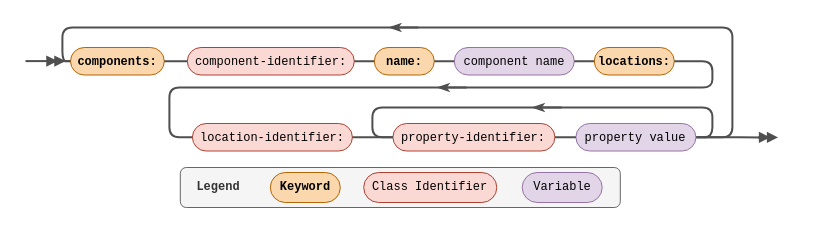
Above: 3. Proyecto/metamodel/Railroad Components.drawio in MrDahaniel/StarDuck (draw.io), before the change. Source tidied: cells renumbered, new cells numbered last; positions are measured from the earlier drawing's top-left corner, leaving out a move shared by most shapes. Both pictures are drawn from the tidied source at 100%, with x=0, y=0 at pixel (25, 17).
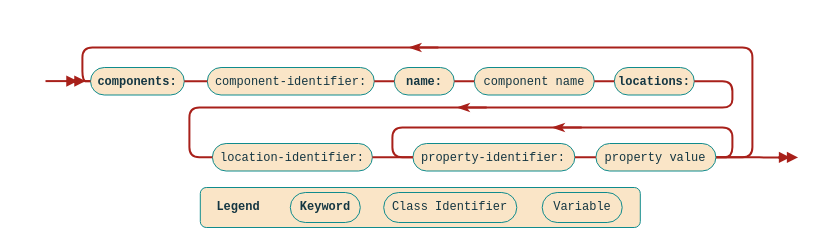
The same page after the edit.

Change to the diagram source:
```diff
@@
-    <mxCell id="2" style="group;" parent="1" vertex="1">
-      <mxGeometry width="755.8" height="190" as="geometry" />
-    </mxCell>
-    <mxCell id="3" style="group;" parent="2" vertex="1">
-      <mxGeometry x="154.8" y="150" width="440" height="40" as="geometry" />
-    </mxCell>
+    <mxCell id="33" style="group;labelBackgroundColor=none;fontColor=#143642;" parent="1" vertex="1">
+      <mxGeometry x="174.8" y="170" width="440" height="40" as="geometry" />
+    </mxCell>
-    <mxCell id="4" value="&lt;b&gt;&amp;nbsp; Legend&lt;/b&gt;" style="text;html=1;align=left;verticalAlign=middle;whiteSpace=wrap;rounded=1;fontFamily=Courier New;perimeterSpacing=6;shadow=0;fillColor=#f5f5f5;fontColor=#333333;strokeColor=#666666;" parent="3" vertex="1">
+    <mxCell id="4" value="&lt;b&gt;&amp;nbsp; Legend&lt;/b&gt;" style="text;html=1;align=left;verticalAlign=middle;whiteSpace=wrap;rounded=1;fontFamily=Courier New;perimeterSpacing=6;shadow=0;fillColor=#FAE5C7;fontColor=#143642;strokeColor=#0F8B8D;labelBackgroundColor=none;" parent="33" vertex="1">
       <mxGeometry width="440" height="40" as="geometry" />
     </mxCell>
-    <mxCell id="5" value="Keyword" style="rounded=1;whiteSpace=wrap;html=1;fillColor=#fad7ac;strokeColor=#b46504;arcSize=50;fontStyle=1;fontFamily=Courier New;perimeterSpacing=6;shadow=0;" parent="3" vertex="1">
+    <mxCell id="5" value="Keyword" style="rounded=1;whiteSpace=wrap;html=1;fillColor=#FAE5C7;strokeColor=#0F8B8D;arcSize=50;fontStyle=1;fontFamily=Courier New;perimeterSpacing=6;shadow=0;labelBackgroundColor=none;fontColor=#143642;" parent="33" vertex="1">
       <mxGeometry x="90" y="5" width="70" height="30" as="geometry" />
     </mxCell>
-    <mxCell id="6" value="&lt;span style=&quot;font-weight: 400;&quot;&gt;Class Identifier&lt;/span&gt;" style="rounded=1;whiteSpace=wrap;html=1;fillColor=#fad9d5;strokeColor=#ae4132;arcSize=50;fontStyle=1;fontFamily=Courier New;perimeterSpacing=6;shadow=0;" parent="3" vertex="1">
+    <mxCell id="6" value="&lt;span style=&quot;font-weight: 400;&quot;&gt;Class Identifier&lt;/span&gt;" style="rounded=1;whiteSpace=wrap;html=1;fillColor=#FAE5C7;strokeColor=#0F8B8D;arcSize=50;fontStyle=1;fontFamily=Courier New;perimeterSpacing=6;shadow=0;labelBackgroundColor=none;fontColor=#143642;" parent="33" vertex="1">
       <mxGeometry x="183.4" y="5" width="133.1" height="30" as="geometry" />
     </mxCell>
-    <mxCell id="7" value="&lt;span style=&quot;font-weight: normal;&quot;&gt;Variable&lt;/span&gt;" style="rounded=1;whiteSpace=wrap;html=1;fillColor=#e1d5e7;strokeColor=#9673a6;arcSize=50;fontStyle=1;fontFamily=Courier New;perimeterSpacing=6;shadow=0;" parent="3" vertex="1">
+    <mxCell id="7" value="&lt;span style=&quot;font-weight: normal;&quot;&gt;Variable&lt;/span&gt;" style="rounded=1;whiteSpace=wrap;html=1;fillColor=#FAE5C7;strokeColor=#0F8B8D;arcSize=50;fontStyle=1;fontFamily=Courier New;perimeterSpacing=6;shadow=0;labelBackgroundColor=none;fontColor=#143642;" parent="33" vertex="1">
       <mxGeometry x="341.9" y="5" width="80" height="30" as="geometry" />
     </mxCell>
-    <mxCell id="8" style="group;" parent="2" vertex="1">
-      <mxGeometry width="755.8" height="123.5" as="geometry" />
-    </mxCell>
-    <mxCell id="9" style="endArrow=doubleBlock;html=1;rounded=1;labelBackgroundColor=default;strokeColor=#4F4F4F;strokeWidth=2;fontFamily=Helvetica;fontSize=12;fontColor=default;shape=connector;endFill=1;" parent="8" edge="1">
-      <mxGeometry relative="1" as="geometry">
-        <mxPoint x="30" y="43.6" as="sourcePoint" />
-        <mxPoint x="70" y="43.6" as="targetPoint" />
-      </mxGeometry>
-    </mxCell>
+    <mxCell id="34" style="endArrow=doubleBlock;html=1;rounded=1;labelBackgroundColor=none;strokeColor=#A8201A;strokeWidth=2;fontFamily=Helvetica;fontSize=12;fontColor=default;shape=connector;endFill=1;" parent="1" edge="1">
+      <mxGeometry relative="1" as="geometry">
+        <mxPoint x="50" y="63.6" as="sourcePoint" />
+        <mxPoint x="90" y="63.6" as="targetPoint" />
+      </mxGeometry>
+    </mxCell>
-    <mxCell id="10" value="&lt;p&gt;&lt;font face=&quot;Courier New&quot;&gt;components:&lt;/font&gt;&lt;/p&gt;" style="rounded=1;whiteSpace=wrap;html=1;arcSize=50;fontStyle=1;fillColor=#fad7ac;strokeColor=#b46504;" parent="8" vertex="1">
-      <mxGeometry x="45" y="30" width="93.8" height="27.5" as="geometry" />
+    <mxCell id="10" value="&lt;p&gt;&lt;font face=&quot;Courier New&quot;&gt;components:&lt;/font&gt;&lt;/p&gt;" style="rounded=1;whiteSpace=wrap;html=1;arcSize=50;fontStyle=1;fillColor=#FAE5C7;strokeColor=#0F8B8D;labelBackgroundColor=none;fontColor=#143642;" parent="1" vertex="1">
+      <mxGeometry x="65" y="50" width="93.8" height="27.5" as="geometry" />
     </mxCell>
-    <mxCell id="11" value="&lt;p&gt;&lt;font face=&quot;Courier New&quot;&gt;&lt;span style=&quot;font-weight: normal;&quot;&gt;component-identifier:&lt;/span&gt;&lt;/font&gt;&lt;/p&gt;" style="rounded=1;whiteSpace=wrap;html=1;arcSize=50;fillColor=#fad9d5;strokeColor=#ae4132;fontStyle=1;" parent="8" vertex="1">
-      <mxGeometry x="161.8" y="30" width="167" height="27.5" as="geometry" />
+    <mxCell id="11" value="&lt;p&gt;&lt;font face=&quot;Courier New&quot;&gt;&lt;span style=&quot;font-weight: normal;&quot;&gt;component-identifier:&lt;/span&gt;&lt;/font&gt;&lt;/p&gt;" style="rounded=1;whiteSpace=wrap;html=1;arcSize=50;fillColor=#FAE5C7;strokeColor=#0F8B8D;fontStyle=1;labelBackgroundColor=none;fontColor=#143642;" parent="1" vertex="1">
+      <mxGeometry x="181.8" y="50" width="167" height="27.5" as="geometry" />
     </mxCell>
-    <mxCell id="12" style="edgeStyle=orthogonalEdgeStyle;shape=connector;rounded=1;jettySize=auto;html=1;exitX=1;exitY=0.5;exitDx=0;exitDy=0;labelBackgroundColor=default;strokeColor=#4F4F4F;strokeWidth=2;fontFamily=Helvetica;fontSize=12;fontColor=default;endArrow=none;endFill=0;" parent="8" edge="1" source="10" target="11">
+    <mxCell id="12" style="edgeStyle=orthogonalEdgeStyle;shape=connector;rounded=1;jettySize=auto;html=1;exitX=1;exitY=0.5;exitDx=0;exitDy=0;labelBackgroundColor=none;strokeColor=#A8201A;strokeWidth=2;fontFamily=Helvetica;fontSize=12;fontColor=default;endArrow=none;endFill=0;" parent="1" edge="1" source="10" target="11">
       <mxGeometry relative="1" as="geometry" />
     </mxCell>
-    <mxCell id="13" value="&lt;p&gt;&lt;font face=&quot;Courier New&quot;&gt;name:&lt;/font&gt;&lt;/p&gt;" style="rounded=1;whiteSpace=wrap;html=1;arcSize=50;fillColor=#fad7ac;strokeColor=#b46504;fontStyle=1;" parent="8" vertex="1">
-      <mxGeometry x="348.8" y="30" width="60" height="27.5" as="geometry" />
+    <mxCell id="13" value="&lt;p&gt;&lt;font face=&quot;Courier New&quot;&gt;name:&lt;/font&gt;&lt;/p&gt;" style="rounded=1;whiteSpace=wrap;html=1;arcSize=50;fillColor=#FAE5C7;strokeColor=#0F8B8D;fontStyle=1;labelBackgroundColor=none;fontColor=#143642;" parent="1" vertex="1">
+      <mxGeometry x="368.8" y="50" width="60" height="27.5" as="geometry" />
     </mxCell>
-    <mxCell id="14" style="edgeStyle=orthogonalEdgeStyle;shape=connector;rounded=1;jettySize=auto;html=1;exitX=1;exitY=0.5;exitDx=0;exitDy=0;entryX=0;entryY=0.5;entryDx=0;entryDy=0;labelBackgroundColor=default;strokeColor=#4F4F4F;strokeWidth=2;fontFamily=Helvetica;fontSize=12;fontColor=default;endArrow=none;endFill=0;" parent="8" edge="1" source="11" target="13">
+    <mxCell id="14" style="edgeStyle=orthogonalEdgeStyle;shape=connector;rounded=1;jettySize=auto;html=1;exitX=1;exitY=0.5;exitDx=0;exitDy=0;entryX=0;entryY=0.5;entryDx=0;entryDy=0;labelBackgroundColor=none;strokeColor=#A8201A;strokeWidth=2;fontFamily=Helvetica;fontSize=12;fontColor=default;endArrow=none;endFill=0;" parent="1" edge="1" source="11" target="13">
       <mxGeometry relative="1" as="geometry" />
     </mxCell>
-    <mxCell id="15" value="&lt;p&gt;&lt;font face=&quot;Courier New&quot;&gt;&lt;span style=&quot;font-weight: normal;&quot;&gt;component name&lt;/span&gt;&lt;/font&gt;&lt;/p&gt;" style="rounded=1;whiteSpace=wrap;html=1;arcSize=50;fillColor=#e1d5e7;strokeColor=#9673a6;fontStyle=1;" parent="8" vertex="1">
-      <mxGeometry x="428.8" y="30" width="120" height="27.5" as="geometry" />
+    <mxCell id="15" value="&lt;p&gt;&lt;font face=&quot;Courier New&quot;&gt;&lt;span style=&quot;font-weight: normal;&quot;&gt;component name&lt;/span&gt;&lt;/font&gt;&lt;/p&gt;" style="rounded=1;whiteSpace=wrap;html=1;arcSize=50;fillColor=#FAE5C7;strokeColor=#0F8B8D;fontStyle=1;labelBackgroundColor=none;fontColor=#143642;" parent="1" vertex="1">
+      <mxGeometry x="448.8" y="50" width="120" height="27.5" as="geometry" />
     </mxCell>
-    <mxCell id="16" style="edgeStyle=orthogonalEdgeStyle;shape=connector;rounded=1;jettySize=auto;html=1;exitX=1;exitY=0.5;exitDx=0;exitDy=0;labelBackgroundColor=default;strokeColor=#4F4F4F;strokeWidth=2;fontFamily=Helvetica;fontSize=12;fontColor=default;endArrow=none;endFill=0;" parent="8" edge="1" source="13" target="15">
+    <mxCell id="16" style="edgeStyle=orthogonalEdgeStyle;shape=connector;rounded=1;jettySize=auto;html=1;exitX=1;exitY=0.5;exitDx=0;exitDy=0;labelBackgroundColor=none;strokeColor=#A8201A;strokeWidth=2;fontFamily=Helvetica;fontSize=12;fontColor=default;endArrow=none;endFill=0;" parent="1" edge="1" source="13" target="15">
       <mxGeometry relative="1" as="geometry" />
     </mxCell>
-    <mxCell id="17" value="&lt;p&gt;&lt;font face=&quot;Courier New&quot;&gt;locations:&lt;/font&gt;&lt;/p&gt;" style="rounded=1;whiteSpace=wrap;html=1;arcSize=50;fillColor=#fad7ac;strokeColor=#b46504;fontStyle=1;" parent="8" vertex="1">
-      <mxGeometry x="568.8" y="30" width="80" height="27.5" as="geometry" />
+    <mxCell id="17" value="&lt;p&gt;&lt;font face=&quot;Courier New&quot;&gt;locations:&lt;/font&gt;&lt;/p&gt;" style="rounded=1;whiteSpace=wrap;html=1;arcSize=50;fillColor=#FAE5C7;strokeColor=#0F8B8D;fontStyle=1;labelBackgroundColor=none;fontColor=#143642;" parent="1" vertex="1">
+      <mxGeometry x="588.8" y="50" width="80" height="27.5" as="geometry" />
     </mxCell>
-    <mxCell id="18" style="edgeStyle=orthogonalEdgeStyle;shape=connector;rounded=1;jettySize=auto;html=1;exitX=1;exitY=0.5;exitDx=0;exitDy=0;entryX=0;entryY=0.5;entryDx=0;entryDy=0;labelBackgroundColor=default;strokeColor=#4F4F4F;strokeWidth=2;fontFamily=Helvetica;fontSize=12;fontColor=default;endArrow=none;endFill=0;" parent="8" edge="1" source="15" target="17">
+    <mxCell id="18" style="edgeStyle=orthogonalEdgeStyle;shape=connector;rounded=1;jettySize=auto;html=1;exitX=1;exitY=0.5;exitDx=0;exitDy=0;entryX=0;entryY=0.5;entryDx=0;entryDy=0;labelBackgroundColor=none;strokeColor=#A8201A;strokeWidth=2;fontFamily=Helvetica;fontSize=12;fontColor=default;endArrow=none;endFill=0;" parent="1" edge="1" source="15" target="17">
       <mxGeometry relative="1" as="geometry" />
     </mxCell>
-    <mxCell id="19" value="&lt;p&gt;&lt;font face=&quot;Courier New&quot;&gt;&lt;span style=&quot;font-weight: normal;&quot;&gt;location-identifier:&lt;/span&gt;&lt;/font&gt;&lt;/p&gt;" style="rounded=1;whiteSpace=wrap;html=1;arcSize=50;fillColor=#fad9d5;strokeColor=#ae4132;fontStyle=1;" parent="8" vertex="1">
-      <mxGeometry x="166.9" y="106" width="160" height="27.5" as="geometry" />
+    <mxCell id="19" value="&lt;p&gt;&lt;font face=&quot;Courier New&quot;&gt;&lt;span style=&quot;font-weight: normal;&quot;&gt;location-identifier:&lt;/span&gt;&lt;/font&gt;&lt;/p&gt;" style="rounded=1;whiteSpace=wrap;html=1;arcSize=50;fillColor=#FAE5C7;strokeColor=#0F8B8D;fontStyle=1;labelBackgroundColor=none;fontColor=#143642;" parent="1" vertex="1">
+      <mxGeometry x="186.9" y="126" width="160" height="27.5" as="geometry" />
     </mxCell>
-    <mxCell id="20" style="edgeStyle=orthogonalEdgeStyle;shape=connector;rounded=1;jettySize=auto;html=1;exitX=1;exitY=0.5;exitDx=0;exitDy=0;entryX=0;entryY=0.5;entryDx=0;entryDy=0;labelBackgroundColor=default;strokeColor=#4F4F4F;strokeWidth=2;fontFamily=Helvetica;fontSize=12;fontColor=default;endArrow=none;endFill=0;" parent="8" edge="1" source="17" target="19">
+    <mxCell id="20" style="edgeStyle=orthogonalEdgeStyle;shape=connector;rounded=1;jettySize=auto;html=1;exitX=1;exitY=0.5;exitDx=0;exitDy=0;entryX=0;entryY=0.5;entryDx=0;entryDy=0;labelBackgroundColor=none;strokeColor=#A8201A;strokeWidth=2;fontFamily=Helvetica;fontSize=12;fontColor=default;endArrow=none;endFill=0;" parent="1" edge="1" source="17" target="19">
       <mxGeometry relative="1" as="geometry">
         <Array as="points">
-          <mxPoint x="686.9" y="44" />
-          <mxPoint x="686.9" y="70" />
-          <mxPoint x="143.9" y="70" />
-          <mxPoint x="143.9" y="120" />
+          <mxPoint x="706.9" y="64" />
+          <mxPoint x="706.9" y="90" />
+          <mxPoint x="163.9" y="90" />
+          <mxPoint x="163.9" y="140" />
         </Array>
       </mxGeometry>
     </mxCell>
-    <mxCell id="21" value="&lt;p&gt;&lt;font face=&quot;Courier New&quot;&gt;&lt;span style=&quot;font-weight: normal;&quot;&gt;property-identifier:&lt;/span&gt;&lt;/font&gt;&lt;/p&gt;" style="rounded=1;whiteSpace=wrap;html=1;arcSize=50;fillColor=#fad9d5;strokeColor=#ae4132;fontStyle=1;" parent="8" vertex="1">
-      <mxGeometry x="367.4" y="106" width="162" height="27.5" as="geometry" />
+    <mxCell id="21" value="&lt;p&gt;&lt;font face=&quot;Courier New&quot;&gt;&lt;span style=&quot;font-weight: normal;&quot;&gt;property-identifier:&lt;/span&gt;&lt;/font&gt;&lt;/p&gt;" style="rounded=1;whiteSpace=wrap;html=1;arcSize=50;fillColor=#FAE5C7;strokeColor=#0F8B8D;fontStyle=1;labelBackgroundColor=none;fontColor=#143642;" parent="1" vertex="1">
+      <mxGeometry x="387.4" y="126" width="162" height="27.5" as="geometry" />
     </mxCell>
-    <mxCell id="22" style="edgeStyle=orthogonalEdgeStyle;shape=connector;rounded=1;jettySize=auto;html=1;exitX=1;exitY=0.5;exitDx=0;exitDy=0;entryX=0;entryY=0.5;entryDx=0;entryDy=0;labelBackgroundColor=default;strokeColor=#4F4F4F;strokeWidth=2;fontFamily=Helvetica;fontSize=12;fontColor=default;endArrow=none;endFill=0;" parent="8" edge="1" source="19" target="21">
+    <mxCell id="22" style="edgeStyle=orthogonalEdgeStyle;shape=connector;rounded=1;jettySize=auto;html=1;exitX=1;exitY=0.5;exitDx=0;exitDy=0;entryX=0;entryY=0.5;entryDx=0;entryDy=0;labelBackgroundColor=none;strokeColor=#A8201A;strokeWidth=2;fontFamily=Helvetica;fontSize=12;fontColor=default;endArrow=none;endFill=0;" parent="1" edge="1" source="19" target="21">
       <mxGeometry relative="1" as="geometry" />
     </mxCell>
-    <mxCell id="23" style="edgeStyle=orthogonalEdgeStyle;shape=connector;rounded=1;jettySize=auto;html=1;exitX=1;exitY=0.5;exitDx=0;exitDy=0;entryX=0;entryY=0.5;entryDx=0;entryDy=0;labelBackgroundColor=default;strokeColor=#4F4F4F;strokeWidth=2;fontFamily=Helvetica;fontSize=12;fontColor=default;endArrow=none;endFill=0;" parent="8" edge="1" source="26" target="21">
+    <mxCell id="23" style="edgeStyle=orthogonalEdgeStyle;shape=connector;rounded=1;jettySize=auto;html=1;exitX=1;exitY=0.5;exitDx=0;exitDy=0;entryX=0;entryY=0.5;entryDx=0;entryDy=0;labelBackgroundColor=none;strokeColor=#A8201A;strokeWidth=2;fontFamily=Helvetica;fontSize=12;fontColor=default;endArrow=none;endFill=0;" parent="1" edge="1" source="26" target="21">
       <mxGeometry relative="1" as="geometry">
         <Array as="points">
-          <mxPoint x="686.9" y="120" />
-          <mxPoint x="686.9" y="90" />
-          <mxPoint x="346.9" y="90" />
-          <mxPoint x="346.9" y="120" />
+          <mxPoint x="706.9" y="140" />
+          <mxPoint x="706.9" y="110" />
+          <mxPoint x="366.9" y="110" />
+          <mxPoint x="366.9" y="140" />
         </Array>
       </mxGeometry>
     </mxCell>
-    <mxCell id="24" style="edgeStyle=orthogonalEdgeStyle;shape=connector;rounded=1;jettySize=auto;html=1;exitX=1;exitY=0.5;exitDx=0;exitDy=0;entryX=0;entryY=0.5;entryDx=0;entryDy=0;labelBackgroundColor=default;strokeColor=#4F4F4F;strokeWidth=2;fontFamily=Helvetica;fontSize=12;fontColor=default;endArrow=none;endFill=0;" parent="8" edge="1" source="26" target="10">
+    <mxCell id="24" style="edgeStyle=orthogonalEdgeStyle;shape=connector;rounded=1;jettySize=auto;html=1;exitX=1;exitY=0.5;exitDx=0;exitDy=0;entryX=0;entryY=0.5;entryDx=0;entryDy=0;labelBackgroundColor=none;strokeColor=#A8201A;strokeWidth=2;fontFamily=Helvetica;fontSize=12;fontColor=default;endArrow=none;endFill=0;" parent="1" edge="1" source="26" target="10">
       <mxGeometry relative="1" as="geometry">
         <Array as="points">
-          <mxPoint x="706.9" y="120" />
-          <mxPoint x="706.9" y="10" />
-          <mxPoint x="36.9" y="10" />
-          <mxPoint x="36.9" y="44" />
+          <mxPoint x="726.9" y="140" />
+          <mxPoint x="726.9" y="30" />
+          <mxPoint x="56.9" y="30" />
+          <mxPoint x="56.9" y="64" />
         </Array>
       </mxGeometry>
     </mxCell>
-    <mxCell id="25" style="edgeStyle=orthogonalEdgeStyle;shape=connector;rounded=1;jettySize=auto;html=1;exitX=1;exitY=0.5;exitDx=0;exitDy=0;labelBackgroundColor=default;strokeColor=#4F4F4F;strokeWidth=2;fontFamily=Helvetica;fontSize=12;fontColor=default;endArrow=none;endFill=0;" parent="8" edge="1" source="26">
-      <mxGeometry relative="1" as="geometry">
-        <mxPoint x="736.9" y="120" as="targetPoint" />
-      </mxGeometry>
-    </mxCell>
+    <mxCell id="35" style="edgeStyle=orthogonalEdgeStyle;shape=connector;rounded=1;jettySize=auto;html=1;exitX=1;exitY=0.5;exitDx=0;exitDy=0;labelBackgroundColor=none;strokeColor=#A8201A;strokeWidth=2;fontFamily=Helvetica;fontSize=12;fontColor=default;endArrow=none;endFill=0;" parent="1" edge="1" source="26">
+      <mxGeometry relative="1" as="geometry">
+        <mxPoint x="756.9" y="140" as="targetPoint" />
+      </mxGeometry>
+    </mxCell>
-    <mxCell id="26" value="&lt;p&gt;&lt;font face=&quot;Courier New&quot;&gt;&lt;span style=&quot;font-weight: 400;&quot;&gt;property value&lt;/span&gt;&lt;/font&gt;&lt;/p&gt;" style="rounded=1;whiteSpace=wrap;html=1;arcSize=50;fillColor=#e1d5e7;strokeColor=#9673a6;fontStyle=1;" parent="8" vertex="1">
-      <mxGeometry x="550.4" y="106" width="120" height="27.5" as="geometry" />
+    <mxCell id="26" value="&lt;p&gt;&lt;font face=&quot;Courier New&quot;&gt;&lt;span style=&quot;font-weight: 400;&quot;&gt;property value&lt;/span&gt;&lt;/font&gt;&lt;/p&gt;" style="rounded=1;whiteSpace=wrap;html=1;arcSize=50;fillColor=#FAE5C7;strokeColor=#0F8B8D;fontStyle=1;labelBackgroundColor=none;fontColor=#143642;" parent="1" vertex="1">
+      <mxGeometry x="570.4" y="126" width="120" height="27.5" as="geometry" />
     </mxCell>
-    <mxCell id="27" style="edgeStyle=orthogonalEdgeStyle;shape=connector;rounded=1;jettySize=auto;html=1;exitX=1;exitY=0.5;exitDx=0;exitDy=0;entryX=0;entryY=0.5;entryDx=0;entryDy=0;labelBackgroundColor=default;strokeColor=#4F4F4F;strokeWidth=2;fontFamily=Helvetica;fontSize=12;fontColor=default;endArrow=none;endFill=0;" parent="8" edge="1" source="21" target="26">
+    <mxCell id="27" style="edgeStyle=orthogonalEdgeStyle;shape=connector;rounded=1;jettySize=auto;html=1;exitX=1;exitY=0.5;exitDx=0;exitDy=0;entryX=0;entryY=0.5;entryDx=0;entryDy=0;labelBackgroundColor=none;strokeColor=#A8201A;strokeWidth=2;fontFamily=Helvetica;fontSize=12;fontColor=default;endArrow=none;endFill=0;" parent="1" edge="1" source="21" target="26">
       <mxGeometry relative="1" as="geometry" />
     </mxCell>
-    <mxCell id="28" style="endArrow=none;html=1;rounded=1;labelBackgroundColor=default;strokeColor=#4F4F4F;strokeWidth=2;fontFamily=Helvetica;fontSize=12;fontColor=default;shape=connector;startArrow=classicThin;startFill=1;" parent="8" edge="1">
-      <mxGeometry relative="1" as="geometry">
-        <mxPoint x="363.6" y="10" as="sourcePoint" />
-        <mxPoint x="390.6" y="10" as="targetPoint" />
-        <Array as="points">
-          <mxPoint x="393.6" y="10" />
-        </Array>
-      </mxGeometry>
-    </mxCell>
-    <mxCell id="29" style="endArrow=none;html=1;rounded=1;labelBackgroundColor=default;strokeColor=#4F4F4F;strokeWidth=2;fontFamily=Helvetica;fontSize=12;fontColor=default;shape=connector;startArrow=classicThin;startFill=1;" parent="8" edge="1">
-      <mxGeometry relative="1" as="geometry">
-        <mxPoint x="411.9" y="70" as="sourcePoint" />
-        <mxPoint x="438.9" y="70" as="targetPoint" />
-        <Array as="points">
-          <mxPoint x="441.9" y="70" />
-        </Array>
-      </mxGeometry>
-    </mxCell>
-    <mxCell id="30" style="endArrow=none;html=1;rounded=1;labelBackgroundColor=default;strokeColor=#4F4F4F;strokeWidth=2;fontFamily=Helvetica;fontSize=12;fontColor=default;shape=connector;startArrow=classicThin;startFill=1;" parent="8" edge="1">
-      <mxGeometry relative="1" as="geometry">
-        <mxPoint x="506.9" y="90" as="sourcePoint" />
-        <mxPoint x="533.9" y="90" as="targetPoint" />
-        <Array as="points">
-          <mxPoint x="536.9" y="90" />
-        </Array>
-      </mxGeometry>
-    </mxCell>
-    <mxCell id="31" style="edgeStyle=orthogonalEdgeStyle;shape=connector;rounded=1;orthogonalLoop=1;jettySize=auto;html=1;labelBackgroundColor=default;strokeColor=#4F4F4F;strokeWidth=2;fontFamily=Helvetica;fontSize=12;fontColor=default;endArrow=doubleBlock;endFill=1;" parent="8" edge="1">
-      <mxGeometry relative="1" as="geometry">
-        <mxPoint x="732.6" y="119.9" as="sourcePoint" />
-        <mxPoint x="752.6" y="119.6" as="targetPoint" />
-      </mxGeometry>
-    </mxCell>
-    <mxCell id="32" style="endArrow=doubleBlock;html=1;rounded=1;labelBackgroundColor=default;strokeColor=#4F4F4F;strokeWidth=2;fontFamily=Helvetica;fontSize=12;fontColor=default;shape=connector;endFill=1;" parent="8" edge="1">
-      <mxGeometry relative="1" as="geometry">
-        <mxPoint y="43.6" as="sourcePoint" />
-        <mxPoint x="40" y="43.6" as="targetPoint" />
-      </mxGeometry>
-    </mxCell>
+    <mxCell id="36" style="endArrow=none;html=1;rounded=1;labelBackgroundColor=none;strokeColor=#A8201A;strokeWidth=2;fontFamily=Helvetica;fontSize=12;fontColor=default;shape=connector;startArrow=classicThin;startFill=1;" parent="1" edge="1">
+      <mxGeometry relative="1" as="geometry">
+        <mxPoint x="383.6" y="30" as="sourcePoint" />
+        <mxPoint x="410.6" y="30" as="targetPoint" />
+        <Array as="points">
+          <mxPoint x="413.6" y="30" />
+        </Array>
+      </mxGeometry>
+    </mxCell>
+    <mxCell id="37" style="endArrow=none;html=1;rounded=1;labelBackgroundColor=none;strokeColor=#A8201A;strokeWidth=2;fontFamily=Helvetica;fontSize=12;fontColor=default;shape=connector;startArrow=classicThin;startFill=1;" parent="1" edge="1">
+      <mxGeometry relative="1" as="geometry">
+        <mxPoint x="431.9" y="90" as="sourcePoint" />
+        <mxPoint x="458.9" y="90" as="targetPoint" />
+        <Array as="points">
+          <mxPoint x="461.9" y="90" />
+        </Array>
+      </mxGeometry>
+    </mxCell>
+    <mxCell id="38" style="endArrow=none;html=1;rounded=1;labelBackgroundColor=none;strokeColor=#A8201A;strokeWidth=2;fontFamily=Helvetica;fontSize=12;fontColor=default;shape=connector;startArrow=classicThin;startFill=1;" parent="1" edge="1">
+      <mxGeometry relative="1" as="geometry">
+        <mxPoint x="526.9" y="110" as="sourcePoint" />
+        <mxPoint x="553.9" y="110" as="targetPoint" />
+        <Array as="points">
+          <mxPoint x="556.9" y="110" />
+        </Array>
+      </mxGeometry>
+    </mxCell>
+    <mxCell id="39" style="edgeStyle=orthogonalEdgeStyle;shape=connector;rounded=1;orthogonalLoop=1;jettySize=auto;html=1;labelBackgroundColor=none;strokeColor=#A8201A;strokeWidth=2;fontFamily=Helvetica;fontSize=12;fontColor=default;endArrow=doubleBlock;endFill=1;" parent="1" edge="1">
+      <mxGeometry relative="1" as="geometry">
+        <mxPoint x="752.6" y="139.9" as="sourcePoint" />
+        <mxPoint x="772.6" y="139.6" as="targetPoint" />
+      </mxGeometry>
+    </mxCell>
+    <mxCell id="40" style="endArrow=doubleBlock;html=1;rounded=1;labelBackgroundColor=none;strokeColor=#A8201A;strokeWidth=2;fontFamily=Helvetica;fontSize=12;fontColor=default;shape=connector;endFill=1;" parent="1" edge="1">
+      <mxGeometry relative="1" as="geometry">
+        <mxPoint x="20" y="63.6" as="sourcePoint" />
+        <mxPoint x="60" y="63.6" as="targetPoint" />
+      </mxGeometry>
+    </mxCell>
```
